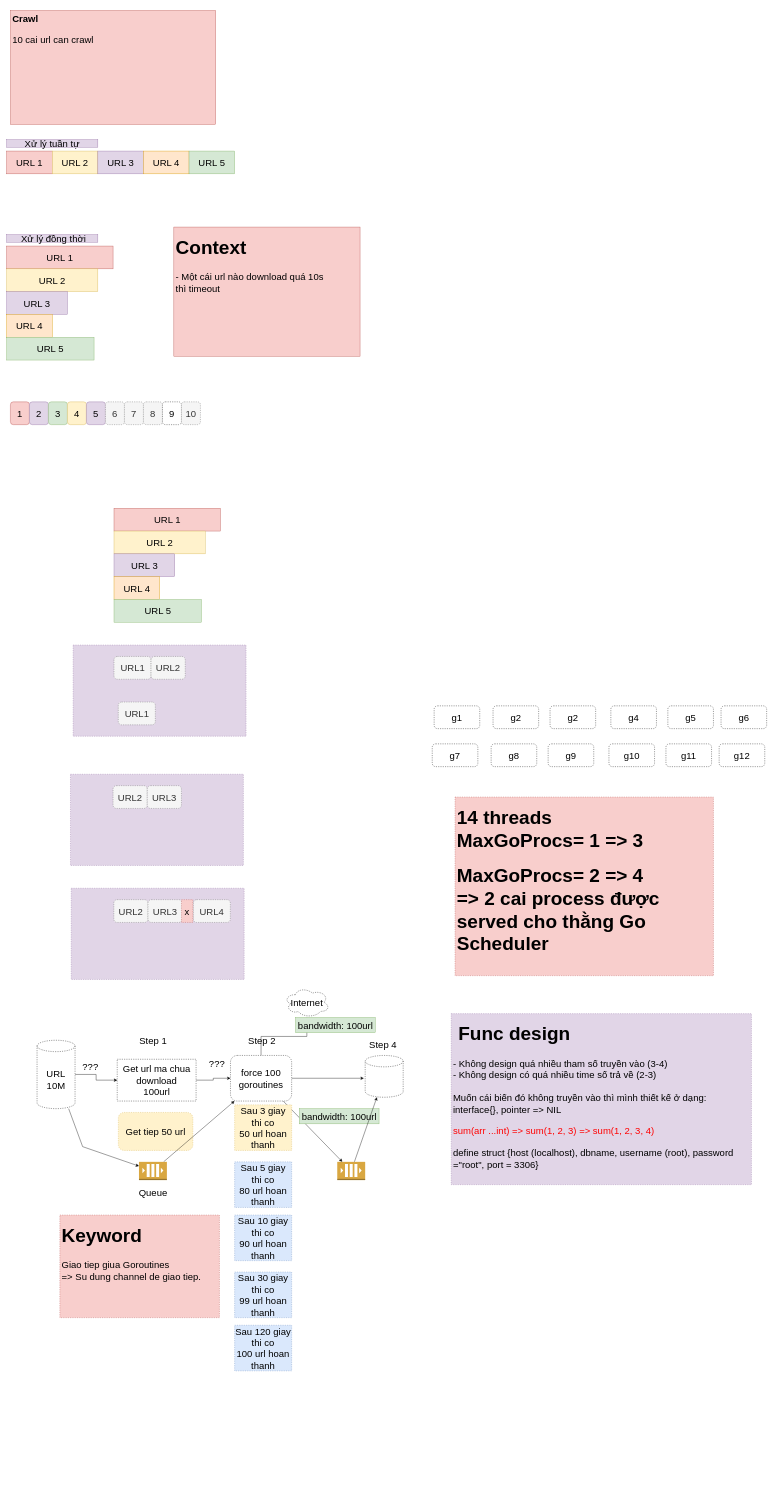
Earlier version of the draw.io diagram goang_may_04_21.drawio (tpphu/golang-training). Source tidied: cells renumbered, new cells numbered last; positions are measured from the earlier drawing's top-left corner, leaving out a move shared by most shapes. Both pictures are drawn from the tidied source at 38%, with x=0, y=0 at pixel (6, 10).
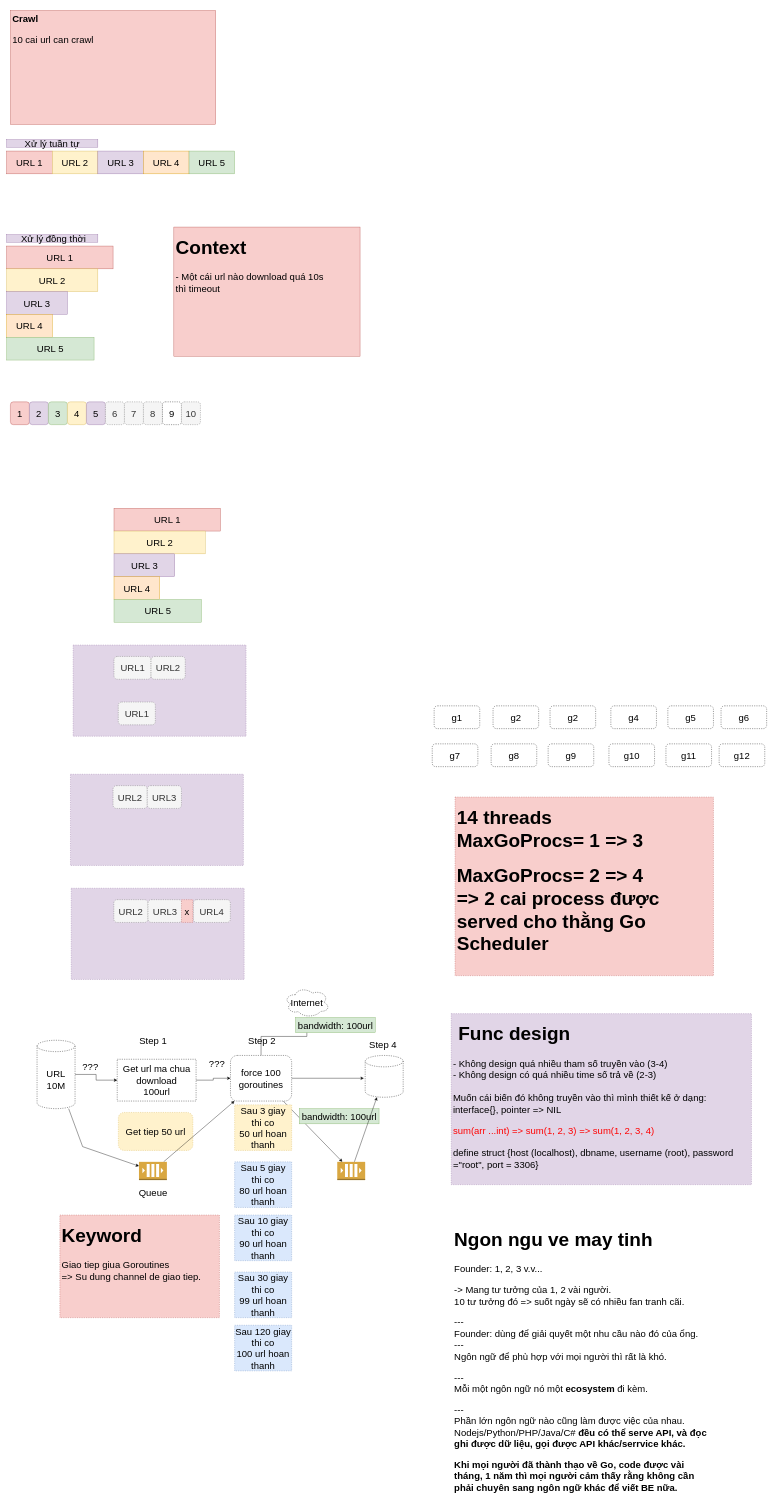
The same page after the edit.

Change to the diagram source:
```diff
@@
+    <mxCell id="87" value="&lt;h1&gt;Ngon ngu ve may tinh&lt;/h1&gt;&lt;p&gt;Founder: 1, 2, 3 v.v...&lt;/p&gt;&lt;p&gt;-&amp;gt; Mang tư tưởng của 1, 2 vài người.&lt;br&gt;10 tư tưởng đó =&amp;gt; suốt ngày sẽ có nhiều fan tranh cãi.&lt;/p&gt;&lt;p&gt;---&lt;br&gt;Founder: dùng để giải quyết một nhu cầu nào đó của ổng.&lt;br&gt;---&lt;br&gt;Ngôn ngữ để phù hợp với mọi người thì rất là khó.&lt;/p&gt;&lt;p&gt;---&lt;br&gt;Mỗi một ngôn ngữ nó một &lt;b&gt;ecosystem&lt;/b&gt; đi kèm.&lt;/p&gt;&lt;p&gt;---&lt;br&gt;Phần lớn ngôn ngữ nào cũng làm được việc của nhau.&lt;br&gt;Nodejs/Python/PHP/Java/C# &lt;b&gt;đều có thể serve API, và đọc ghi được dữ liệu, gọi được API khác/serrvice khác.&lt;/b&gt;&lt;/p&gt;&lt;p&gt;&lt;b&gt;Khi mọi người đã thành thạo về Go, code được vài tháng, 1 năm thì mọi người cảm thấy rằng không cần phải chuyên sang ngôn ngữ khác để viết BE nữa.&lt;/b&gt;&lt;/p&gt;" style="text;html=1;strokeColor=none;fillColor=none;spacing=5;spacingTop=-20;whiteSpace=wrap;overflow=hidden;rounded=0;dashed=1;fontSize=25;" parent="1" vertex="1">
+      <mxGeometry x="1172.5" y="3180" width="695" height="750" as="geometry" />
+    </mxCell>
```
